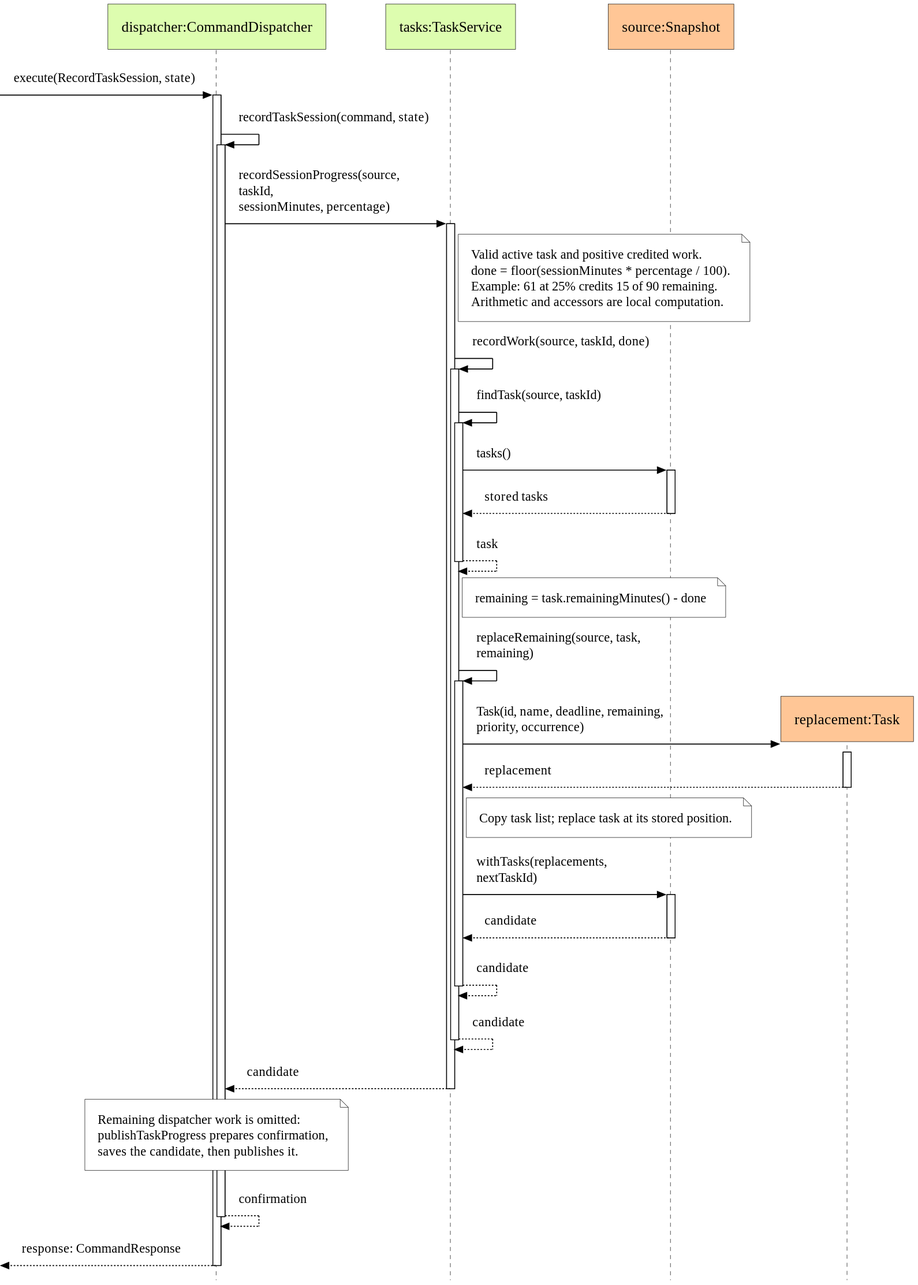
Earlier version of the PlantUML export docs/images/nickhil-task-progress.svg (AY2627S1-CS2113-T10-1/tp).
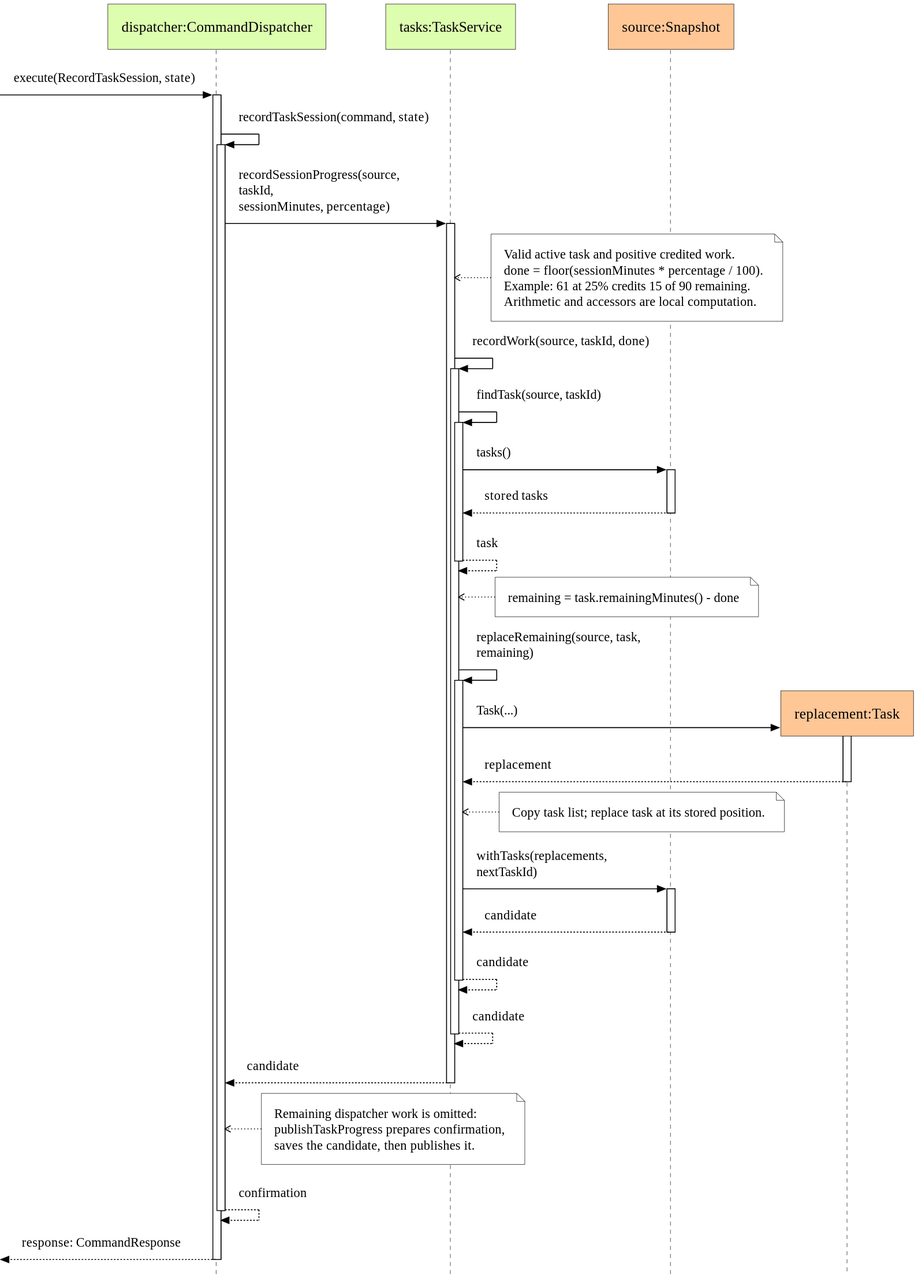
The same file after the commit.

Change to the diagram source:
```diff
@@ -22,7 +22,7 @@
 note right of Tasks : remaining = task.remainingMinutes() - done
 Tasks -> Tasks ++ : replaceRemaining(source, task, remaining)
 create participant "replacement:Task" as Replacement VALUES
-Tasks -> Replacement ++ : Task(id, name, deadline, remaining,\npriority, occurrence)
+Tasks -> Replacement ++ : Task(...)
 Replacement --> Tasks -- : replacement
 note right of Tasks : Copy task list; replace task at its stored position.
 Tasks -> Source ++ : withTasks(replacements, nextTaskId)
@@ -30,7 +30,7 @@
 Tasks --> Tasks -- : candidate
 Tasks --> Tasks -- : candidate
 Tasks --> Dispatcher -- : candidate
-note over Dispatcher
+note right of Dispatcher
   Remaining dispatcher work is omitted:
   publishTaskProgress prepares confirmation,
   saves the candidate, then publishes it.
```
